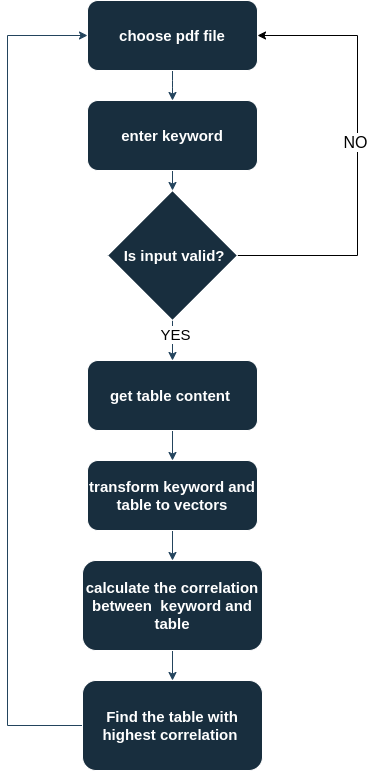
yichenglin726/HW3a keeps this draw.io diagram as images/flow.png. Above is the earlier version. Source tidied: cells renumbered, new cells last; positions are measured from the earlier drawing's top-left corner, leaving out a move shared by most shapes.
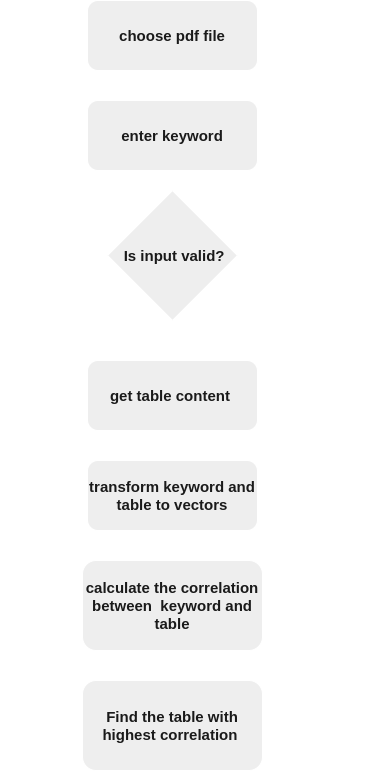
The same file after the commit.

Change to the diagram source:
```diff
@@ -2,37 +2,37 @@
   <root>
     <mxCell id="0" />
     <mxCell id="1" parent="0" />
-    <mxCell id="2" style="edgeStyle=orthogonalEdgeStyle;rounded=1;jettySize=auto;html=1;entryX=0.5;entryY=0;entryDx=0;entryDy=0;labelBackgroundColor=none;fontColor=default;fontSize=15;strokeColor=#23445D;" parent="1" edge="1" source="3" target="5">
+    <mxCell id="2" style="edgeStyle=orthogonalEdgeStyle;rounded=1;jettySize=auto;html=1;entryX=0.5;entryY=0;entryDx=0;entryDy=0;labelBackgroundColor=none;fontColor=default;fontSize=15;strokeColor=#FFFFFF;" parent="1" edge="1" source="3" target="5">
       <mxGeometry relative="1" as="geometry" />
     </mxCell>
-    <mxCell id="3" value="&lt;b style=&quot;font-size: 15px;&quot;&gt;choose pdf &lt;font style=&quot;font-size: 15px;&quot;&gt;file&lt;/font&gt;&lt;/b&gt;" style="rounded=1;whiteSpace=wrap;html=1;labelBackgroundColor=none;fontSize=15;fillColor=#182E3E;strokeColor=#FFFFFF;fontColor=#FFFFFF;" parent="1" vertex="1">
+    <mxCell id="3" value="&lt;b style=&quot;font-size: 15px;&quot;&gt;choose pdf &lt;font style=&quot;font-size: 15px;&quot;&gt;file&lt;/font&gt;&lt;/b&gt;" style="rounded=1;whiteSpace=wrap;html=1;labelBackgroundColor=none;fontSize=15;fillColor=#EEEEEE;strokeColor=#FFFFFF;fontColor=#1A1A1A;" parent="1" vertex="1">
       <mxGeometry x="80" width="170" height="70" as="geometry" />
     </mxCell>
-    <mxCell id="4" style="edgeStyle=orthogonalEdgeStyle;rounded=0;jettySize=auto;html=1;exitX=0.5;exitY=1;exitDx=0;exitDy=0;labelBackgroundColor=none;fontColor=default;fontSize=15;strokeColor=#23445D;entryX=0.5;entryY=0;entryDx=0;entryDy=0;" parent="1" edge="1" source="5" target="18">
+    <mxCell id="4" style="edgeStyle=orthogonalEdgeStyle;rounded=0;jettySize=auto;html=1;exitX=0.5;exitY=1;exitDx=0;exitDy=0;labelBackgroundColor=none;fontColor=default;fontSize=15;entryX=0.5;entryY=0;entryDx=0;entryDy=0;strokeColor=#FFFFFF;" parent="1" edge="1" source="5" target="18">
       <mxGeometry relative="1" as="geometry" />
     </mxCell>
-    <mxCell id="5" value="&lt;b&gt;enter keyword&lt;/b&gt;" style="rounded=1;whiteSpace=wrap;html=1;labelBackgroundColor=none;fontSize=15;fillColor=#182E3E;strokeColor=#FFFFFF;fontColor=#FFFFFF;" parent="1" vertex="1">
+    <mxCell id="5" value="&lt;b&gt;enter keyword&lt;/b&gt;" style="rounded=1;whiteSpace=wrap;html=1;labelBackgroundColor=none;fontSize=15;fillColor=#EEEEEE;strokeColor=#FFFFFF;fontColor=#1A1A1A;" parent="1" vertex="1">
       <mxGeometry x="80" y="100" width="170" height="70" as="geometry" />
     </mxCell>
-    <mxCell id="6" style="edgeStyle=orthogonalEdgeStyle;rounded=0;jettySize=auto;html=1;exitX=0.5;exitY=1;exitDx=0;exitDy=0;entryX=0.5;entryY=0;entryDx=0;entryDy=0;fontColor=default;fontSize=15;labelBackgroundColor=none;strokeColor=#23445D;" parent="1" edge="1" source="7" target="9">
+    <mxCell id="6" style="edgeStyle=orthogonalEdgeStyle;rounded=0;jettySize=auto;html=1;exitX=0.5;exitY=1;exitDx=0;exitDy=0;entryX=0.5;entryY=0;entryDx=0;entryDy=0;fontColor=default;fontSize=15;labelBackgroundColor=none;strokeColor=#FFFFFF;" parent="1" edge="1" source="7" target="9">
       <mxGeometry relative="1" as="geometry" />
     </mxCell>
-    <mxCell id="7" value="&lt;span style=&quot;font-size: 15px;&quot;&gt;&lt;b style=&quot;font-size: 15px;&quot;&gt;get table content&amp;nbsp;&lt;/b&gt;&lt;/span&gt;" style="rounded=1;whiteSpace=wrap;html=1;labelBackgroundColor=none;fontSize=15;fillColor=#182E3E;strokeColor=#FFFFFF;fontColor=#FFFFFF;" parent="1" vertex="1">
+    <mxCell id="7" value="&lt;span style=&quot;font-size: 15px;&quot;&gt;&lt;b style=&quot;font-size: 15px;&quot;&gt;get table content&amp;nbsp;&lt;/b&gt;&lt;/span&gt;" style="rounded=1;whiteSpace=wrap;html=1;labelBackgroundColor=none;fontSize=15;fillColor=#EEEEEE;strokeColor=#FFFFFF;fontColor=#1A1A1A;" parent="1" vertex="1">
       <mxGeometry x="80" y="360" width="170" height="70" as="geometry" />
     </mxCell>
-    <mxCell id="8" style="edgeStyle=orthogonalEdgeStyle;rounded=0;jettySize=auto;html=1;entryX=0.5;entryY=0;entryDx=0;entryDy=0;fontColor=default;fontSize=15;labelBackgroundColor=none;strokeColor=#23445D;" parent="1" edge="1" source="9" target="11">
+    <mxCell id="8" style="edgeStyle=orthogonalEdgeStyle;rounded=0;jettySize=auto;html=1;entryX=0.5;entryY=0;entryDx=0;entryDy=0;fontColor=default;fontSize=15;labelBackgroundColor=none;strokeColor=#FFFFFF;" parent="1" edge="1" source="9" target="11">
       <mxGeometry relative="1" as="geometry" />
     </mxCell>
-    <mxCell id="9" value="&lt;span style=&quot;font-size: 15px;&quot;&gt;&lt;b style=&quot;font-size: 15px;&quot;&gt;transform keyword and table to vectors&lt;/b&gt;&lt;/span&gt;" style="rounded=1;whiteSpace=wrap;html=1;labelBackgroundColor=none;fontSize=15;fillColor=#182E3E;strokeColor=#FFFFFF;fontColor=#FFFFFF;" parent="1" vertex="1">
+    <mxCell id="9" value="&lt;span style=&quot;font-size: 15px;&quot;&gt;&lt;b style=&quot;font-size: 15px;&quot;&gt;transform keyword and table to vectors&lt;/b&gt;&lt;/span&gt;" style="rounded=1;whiteSpace=wrap;html=1;labelBackgroundColor=none;fontSize=15;fillColor=#EEEEEE;strokeColor=#FFFFFF;fontColor=#1A1A1A;" parent="1" vertex="1">
       <mxGeometry x="80" y="460" width="170" height="70" as="geometry" />
     </mxCell>
-    <mxCell id="10" style="edgeStyle=orthogonalEdgeStyle;rounded=0;jettySize=auto;html=1;exitX=0.5;exitY=1;exitDx=0;exitDy=0;fontColor=default;labelBackgroundColor=none;strokeColor=#23445D;fontSize=15;" parent="1" edge="1" source="11" target="13">
+    <mxCell id="10" style="edgeStyle=orthogonalEdgeStyle;rounded=0;jettySize=auto;html=1;exitX=0.5;exitY=1;exitDx=0;exitDy=0;fontColor=default;labelBackgroundColor=none;fontSize=15;strokeColor=#FFFFFF;" parent="1" edge="1" source="11" target="13">
       <mxGeometry relative="1" as="geometry" />
     </mxCell>
-    <mxCell id="11" value="&lt;span style=&quot;font-size: 15px;&quot;&gt;&lt;b style=&quot;font-size: 15px;&quot;&gt;calculate the correlation between&amp;nbsp; keyword and table&lt;/b&gt;&lt;/span&gt;" style="rounded=1;whiteSpace=wrap;html=1;labelBackgroundColor=none;fontSize=15;fillColor=#182E3E;strokeColor=#FFFFFF;fontColor=#FFFFFF;" parent="1" vertex="1">
+    <mxCell id="11" value="&lt;span style=&quot;font-size: 15px;&quot;&gt;&lt;b style=&quot;font-size: 15px;&quot;&gt;calculate the correlation between&amp;nbsp; keyword and table&lt;/b&gt;&lt;/span&gt;" style="rounded=1;whiteSpace=wrap;html=1;labelBackgroundColor=none;fontSize=15;fillColor=#EEEEEE;strokeColor=#FFFFFF;fontColor=#1A1A1A;" parent="1" vertex="1">
       <mxGeometry x="75" y="560" width="180" height="90" as="geometry" />
     </mxCell>
-    <mxCell id="12" style="edgeStyle=orthogonalEdgeStyle;rounded=0;jettySize=auto;html=1;entryX=0;entryY=0.5;entryDx=0;entryDy=0;strokeColor=#23445D;" parent="1" edge="1" source="13" target="3">
+    <mxCell id="12" style="edgeStyle=orthogonalEdgeStyle;rounded=0;jettySize=auto;html=1;entryX=0;entryY=0.5;entryDx=0;entryDy=0;labelBackgroundColor=none;fontColor=default;strokeColor=#FFFFFF;" parent="1" edge="1" source="13" target="3">
       <mxGeometry relative="1" as="geometry">
         <Array as="points">
           <mxPoint y="725" />
@@ -40,16 +40,16 @@
         </Array>
       </mxGeometry>
     </mxCell>
-    <mxCell id="13" value="&lt;b style=&quot;font-size: 15px;&quot;&gt;Find the table with highest correlation&amp;nbsp;&lt;/b&gt;" style="rounded=1;whiteSpace=wrap;html=1;labelBackgroundColor=none;fontSize=15;fillColor=#182E3E;strokeColor=#FFFFFF;fontColor=#FFFFFF;" parent="1" vertex="1">
+    <mxCell id="13" value="&lt;b style=&quot;font-size: 15px;&quot;&gt;Find the table with highest correlation&amp;nbsp;&lt;/b&gt;" style="rounded=1;whiteSpace=wrap;html=1;labelBackgroundColor=none;fontSize=15;fillColor=#EEEEEE;strokeColor=#FFFFFF;fontColor=#1A1A1A;" parent="1" vertex="1">
       <mxGeometry x="75" y="680" width="180" height="90" as="geometry" />
     </mxCell>
-    <mxCell id="14" style="edgeStyle=orthogonalEdgeStyle;rounded=0;jettySize=auto;html=1;exitX=0.5;exitY=1;exitDx=0;exitDy=0;entryX=0.5;entryY=0;entryDx=0;entryDy=0;strokeColor=#23445D;fontSize=15;" parent="1" edge="1" source="18" target="7">
+    <mxCell id="14" style="edgeStyle=orthogonalEdgeStyle;rounded=0;jettySize=auto;html=1;exitX=0.5;exitY=1;exitDx=0;exitDy=0;entryX=0.5;entryY=0;entryDx=0;entryDy=0;fontSize=15;labelBackgroundColor=none;fontColor=default;strokeColor=#FFFFFF;" parent="1" edge="1" source="18" target="7">
       <mxGeometry relative="1" as="geometry" />
     </mxCell>
-    <mxCell id="15" value="&lt;font style=&quot;font-size: 15px;&quot;&gt;YES&lt;/font&gt;" style="edgeLabel;html=1;align=center;verticalAlign=middle;" parent="14" vertex="1">
+    <mxCell id="15" value="&lt;font color=&quot;#ffffff&quot; style=&quot;font-size: 15px;&quot;&gt;YES&lt;/font&gt;" style="edgeLabel;html=1;align=center;verticalAlign=middle;labelBackgroundColor=none;fontColor=#1A1A1A;" parent="14" vertex="1">
       <mxGeometry x="-0.33" y="2" relative="1" as="geometry" />
     </mxCell>
-    <mxCell id="16" style="edgeStyle=orthogonalEdgeStyle;rounded=0;jettySize=auto;html=1;entryX=1;entryY=0.5;entryDx=0;entryDy=0;" parent="1" edge="1" source="18" target="3">
+    <mxCell id="16" style="edgeStyle=orthogonalEdgeStyle;rounded=0;jettySize=auto;html=1;entryX=1;entryY=0.5;entryDx=0;entryDy=0;labelBackgroundColor=none;fontColor=default;strokeColor=#FFFFFF;" parent="1" edge="1" source="18" target="3">
       <mxGeometry relative="1" as="geometry">
         <Array as="points">
           <mxPoint x="350" y="255" />
@@ -57,10 +57,10 @@
         </Array>
       </mxGeometry>
     </mxCell>
-    <mxCell id="17" value="&lt;font style=&quot;font-size: 16px;&quot;&gt;NO&lt;/font&gt;" style="edgeLabel;html=1;align=center;verticalAlign=middle;" parent="16" vertex="1">
+    <mxCell id="17" value="&lt;font style=&quot;font-size: 16px;&quot;&gt;NO&lt;/font&gt;" style="edgeLabel;html=1;align=center;verticalAlign=middle;labelBackgroundColor=none;fontColor=#FFFFFF;" parent="16" vertex="1">
       <mxGeometry x="0.06" y="3" relative="1" as="geometry" />
     </mxCell>
-    <mxCell id="18" value="&lt;b style=&quot;border-color: var(--border-color); font-size: 15px;&quot;&gt;&amp;nbsp;Is input valid?&lt;/b&gt;" style="rhombus;whiteSpace=wrap;html=1;strokeColor=#FFFFFF;fontColor=#FFFFFF;fillColor=#182E3E;fontSize=15;" parent="1" vertex="1">
+    <mxCell id="18" value="&lt;b style=&quot;border-color: var(--border-color); font-size: 15px;&quot;&gt;&amp;nbsp;Is input valid?&lt;/b&gt;" style="rhombus;whiteSpace=wrap;html=1;fontSize=15;labelBackgroundColor=none;fillColor=#EEEEEE;strokeColor=#FFFFFF;fontColor=#1A1A1A;" parent="1" vertex="1">
       <mxGeometry x="100" y="190" width="130" height="130" as="geometry" />
     </mxCell>
   </root>
```
